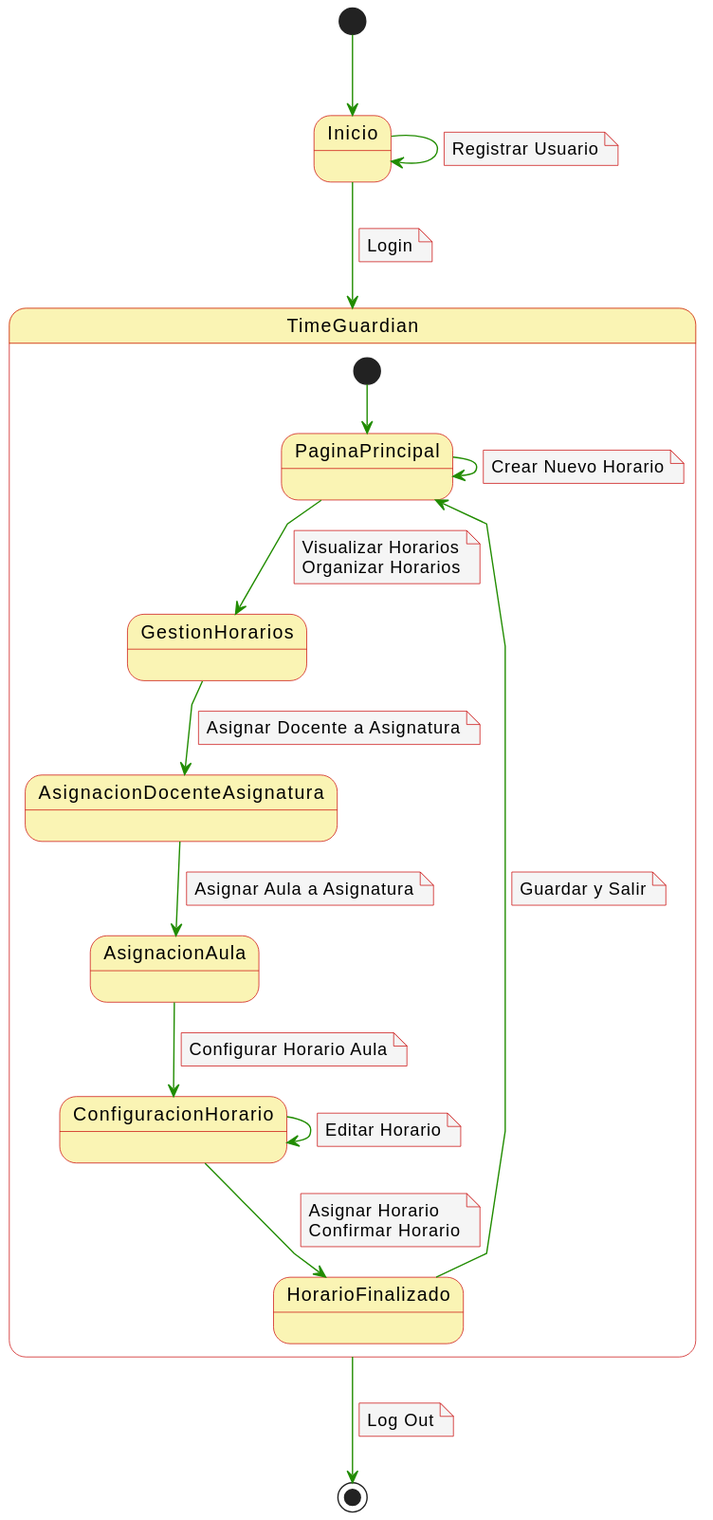
Earlier version of the PlantUML export imagenes/Casos de Uso/Diagrama de contexto.svg (FernandoWilliam26/23-24-IdSw1-SDR). Its diagram source:
```plantuml
@startuml
skinparam noteBackgroundColor #f5f5f5
skinparam noteBorderColor #c90000
skinparam arrowColor #218c00
skinparam stateBackgroundColor #faf4b4
skinparam stateBorderColor #c90000
skinparam linetype polyline
skinparam arrowThickness 1

[*] --> Inicio

Inicio -d-> TimeGuardian
note on link
  Login
end note
Inicio -d-> Inicio
note on link
  Registrar Usuario
end note

State TimeGuardian {
[*] --> PaginaPrincipal

PaginaPrincipal -d-> GestionHorarios
note on link
  Visualizar Horarios
  Organizar Horarios
end note
PaginaPrincipal -d-> PaginaPrincipal
note on link
  Crear Nuevo Horario
end note

GestionHorarios -d-> AsignacionDocenteAsignatura
note on link
  Asignar Docente a Asignatura
end note

AsignacionDocenteAsignatura -d-> AsignacionAula
note on link
  Asignar Aula a Asignatura
end note

AsignacionAula -d-> ConfiguracionHorario
note on link
  Configurar Horario Aula
end note

ConfiguracionHorario -d-> HorarioFinalizado
note on link
  Asignar Horario
  Confirmar Horario
end note
ConfiguracionHorario -d-> ConfiguracionHorario
note on link
  Editar Horario
end note

HorarioFinalizado -d-> PaginaPrincipal
note on link
  Guardar y Salir
end note
}

TimeGuardian --> [*]
note on link
  Log Out
end note
@enduml
```
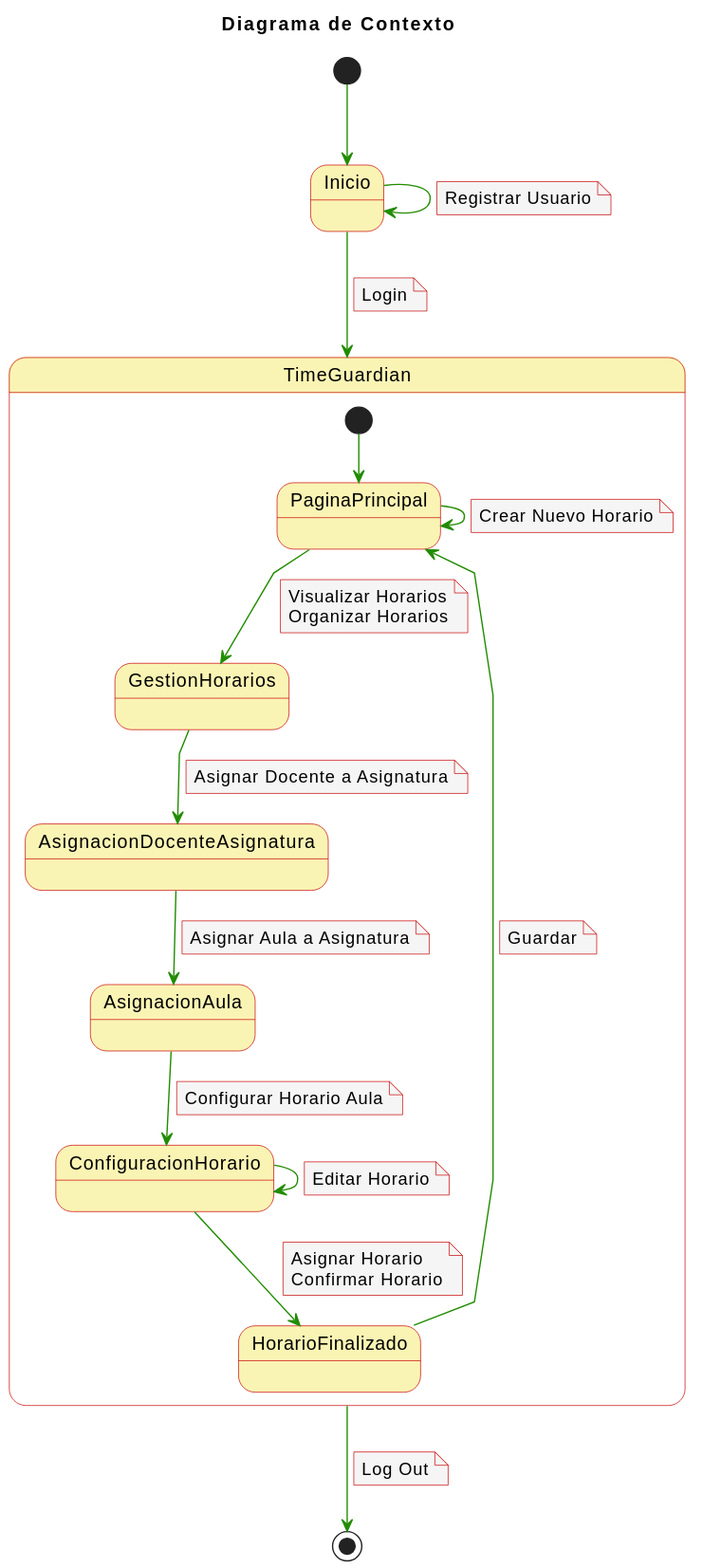
After the change.

Commit message:
Cambio diagrama de contexto

Diff of the diagram source:
```diff
@@ -6,6 +6,8 @@
 skinparam stateBorderColor #c90000
 skinparam linetype polyline
 skinparam arrowThickness 1
+
+title Diagrama de Contexto
 
 [*] --> Inicio
 
@@ -58,7 +60,7 @@
 
 HorarioFinalizado -d-> PaginaPrincipal
 note on link
-  Guardar y Salir
+  Guardar
 end note
 }
 
```
